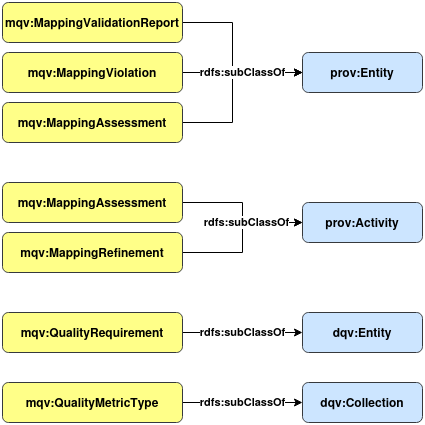
Earlier version of the draw.io export images/reuse.png (alex-randles/MQV). Source tidied: cells renumbered, new cells last; positions are measured from the earlier drawing's top-left corner, leaving out a move shared by most shapes.
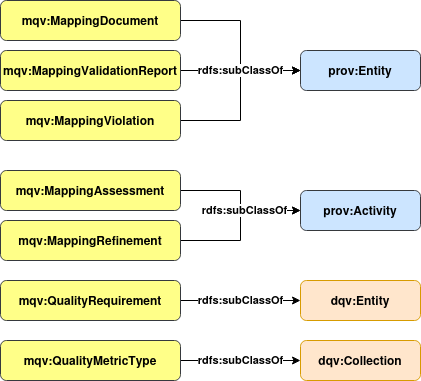
After the change.

What changed in the source:
```diff
@@ -3,18 +3,13 @@
     <mxCell id="0" />
     <mxCell id="1" parent="0" />
     <mxCell id="2" style="edgeStyle=orthogonalEdgeStyle;rounded=0;jettySize=auto;html=1;entryX=0;entryY=0.5;entryDx=0;entryDy=0;" parent="1" edge="1" source="3" target="4">
-      <mxGeometry relative="1" as="geometry">
-        <Array as="points">
-          <mxPoint x="230" y="20" />
-          <mxPoint x="230" y="70" />
-        </Array>
-      </mxGeometry>
+      <mxGeometry relative="1" as="geometry" />
     </mxCell>
     <mxCell id="3" value="mqv:MappingValidationReport" style="rounded=1;whiteSpace=wrap;html=1;fillColor=#ffff88;strokeColor=#36393d;fontStyle=1;" parent="1" vertex="1">
-      <mxGeometry width="180" height="40" as="geometry" />
+      <mxGeometry y="60" width="180" height="40" as="geometry" />
     </mxCell>
     <mxCell id="4" value="prov:Entity" style="rounded=1;whiteSpace=wrap;html=1;fillColor=#cce5ff;strokeColor=#36393d;fontStyle=1;" parent="1" vertex="1">
-      <mxGeometry x="300" y="50" width="120" height="40" as="geometry" />
+      <mxGeometry x="300" y="60" width="120" height="40" as="geometry" />
     </mxCell>
     <mxCell id="5" style="edgeStyle=orthogonalEdgeStyle;rounded=0;jettySize=auto;html=1;entryX=0;entryY=0.5;entryDx=0;entryDy=0;" parent="1" edge="1" source="6" target="7">
       <mxGeometry relative="1" as="geometry" />
@@ -32,39 +27,34 @@
       <mxGeometry y="230" width="180" height="40" as="geometry" />
     </mxCell>
     <mxCell id="10" style="edgeStyle=orthogonalEdgeStyle;rounded=0;jettySize=auto;html=1;entryX=0;entryY=0.5;entryDx=0;entryDy=0;" parent="1" edge="1" source="11" target="4">
-      <mxGeometry relative="1" as="geometry">
-        <Array as="points">
-          <mxPoint x="230" y="120" />
-          <mxPoint x="230" y="70" />
-        </Array>
-      </mxGeometry>
+      <mxGeometry relative="1" as="geometry" />
     </mxCell>
-    <mxCell id="11" value="mqv:MappingAssessment" style="rounded=1;whiteSpace=wrap;html=1;fillColor=#ffff88;strokeColor=#36393d;fontStyle=1;" parent="1" vertex="1">
-      <mxGeometry y="100" width="180" height="40" as="geometry" />
+    <mxCell id="11" value="mqv:MappingDocument" style="rounded=1;whiteSpace=wrap;html=1;fillColor=#ffff88;strokeColor=#36393d;fontStyle=1;" parent="1" vertex="1">
+      <mxGeometry y="10" width="180" height="40" as="geometry" />
     </mxCell>
-    <mxCell id="12" value="rdfs:subClassOf" style="edgeStyle=orthogonalEdgeStyle;rounded=0;jettySize=auto;html=1;entryX=0;entryY=0.5;entryDx=0;entryDy=0;fontStyle=1;" parent="1" edge="1" source="13" target="4">
-      <mxGeometry relative="1" as="geometry" />
+    <mxCell id="12" value="&lt;b&gt;rdfs:subClassOf&lt;/b&gt;" style="edgeStyle=orthogonalEdgeStyle;rounded=0;jettySize=auto;html=1;entryX=0;entryY=0.5;entryDx=0;entryDy=0;" parent="1" edge="1" source="13" target="4">
+      <mxGeometry x="0.29" relative="1" as="geometry" />
     </mxCell>
     <mxCell id="13" value="mqv:MappingViolation" style="rounded=1;whiteSpace=wrap;html=1;fillColor=#ffff88;strokeColor=#36393d;fontStyle=1;" parent="1" vertex="1">
-      <mxGeometry y="50" width="180" height="40" as="geometry" />
+      <mxGeometry y="110" width="180" height="40" as="geometry" />
     </mxCell>
     <mxCell id="14" value="&lt;b&gt;rdfs:subClassOf&lt;/b&gt;" style="edgeStyle=orthogonalEdgeStyle;rounded=0;jettySize=auto;html=1;entryX=0;entryY=0.5;entryDx=0;entryDy=0;" parent="1" edge="1" source="15" target="16">
       <mxGeometry relative="1" as="geometry" />
     </mxCell>
     <mxCell id="15" value="mqv:QualityRequirement" style="rounded=1;whiteSpace=wrap;html=1;fillColor=#ffff88;strokeColor=#36393d;fontStyle=1;" parent="1" vertex="1">
-      <mxGeometry y="310" width="180" height="40" as="geometry" />
+      <mxGeometry y="290" width="180" height="40" as="geometry" />
     </mxCell>
-    <mxCell id="16" value="dqv:Entity" style="rounded=1;whiteSpace=wrap;html=1;fillColor=#cce5ff;strokeColor=#36393d;fontStyle=1;" parent="1" vertex="1">
-      <mxGeometry x="300" y="310" width="120" height="40" as="geometry" />
+    <mxCell id="16" value="dqv:Entity" style="rounded=1;whiteSpace=wrap;html=1;fillColor=#ffe6cc;strokeColor=#d79b00;fontStyle=1;" parent="1" vertex="1">
+      <mxGeometry x="300" y="290" width="120" height="40" as="geometry" />
     </mxCell>
     <mxCell id="17" value="&lt;b&gt;rdfs:subClassOf&lt;/b&gt;" style="edgeStyle=orthogonalEdgeStyle;rounded=0;jettySize=auto;html=1;entryX=0;entryY=0.5;entryDx=0;entryDy=0;" parent="1" edge="1" source="18" target="19">
       <mxGeometry relative="1" as="geometry" />
     </mxCell>
     <mxCell id="18" value="mqv:QualityMetricType" style="rounded=1;whiteSpace=wrap;html=1;fillColor=#ffff88;strokeColor=#36393d;fontStyle=1;" parent="1" vertex="1">
-      <mxGeometry y="380" width="180" height="40" as="geometry" />
+      <mxGeometry y="350" width="180" height="40" as="geometry" />
     </mxCell>
-    <mxCell id="19" value="dqv:Collection" style="rounded=1;whiteSpace=wrap;html=1;fillColor=#cce5ff;strokeColor=#36393d;fontStyle=1;" parent="1" vertex="1">
-      <mxGeometry x="300" y="380" width="120" height="40" as="geometry" />
+    <mxCell id="19" value="dqv:Collection" style="rounded=1;whiteSpace=wrap;html=1;fillColor=#ffe6cc;strokeColor=#d79b00;fontStyle=1;" parent="1" vertex="1">
+      <mxGeometry x="300" y="350" width="120" height="40" as="geometry" />
     </mxCell>
   </root>
 </mxGraphModel>
```
